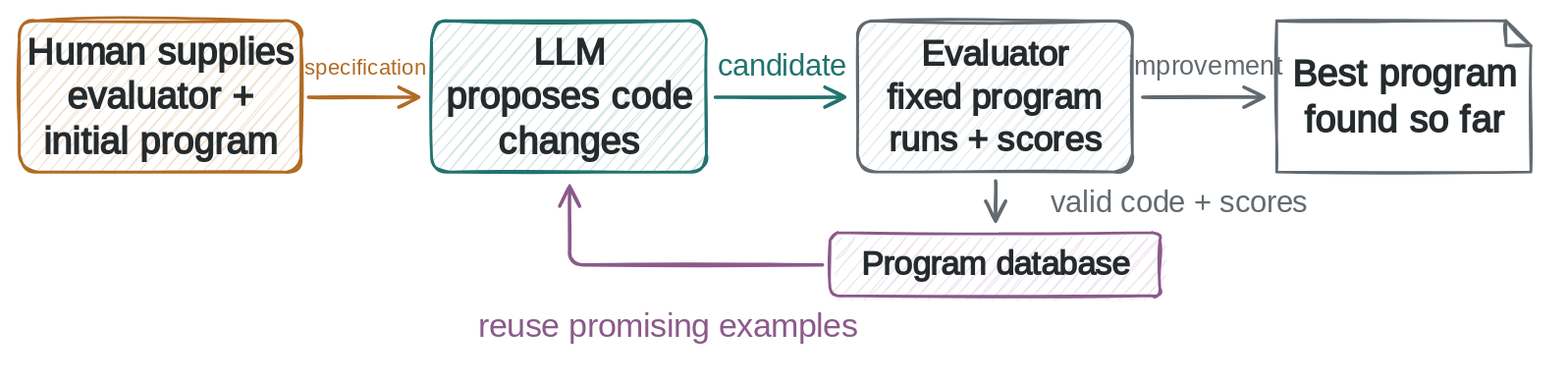
This is assets/funsearch_workflow.svg from MathisRost/agentic-ai-math, a draw.io export, as it was before one commit. Source tidied: cells renumbered, new cells last; positions are measured from the earlier drawing's top-left corner, leaving out a move shared by most shapes. Its diagram source:
```xml
<mxGraphModel background="#FFFFFF">
  <root>
    <mxCell id="0" />
    <mxCell id="1" parent="0" />
    <mxCell id="2" value="Human supplies&#10;evaluator +&#10;initial program" style="rounded=1;arcSize=12;sketch=1;comic=0;jiggle=1.2;strokeWidth=2;fillStyle=hachure;hachureGap=7;fillWeight=0.8;html=0;whiteSpace=wrap;align=center;verticalAlign=middle;spacing=6;strokeColor=#B16B24;fillColor=#F1E3D2;fontFamily=Kalam;fontSize=27;fontColor=#252A2D;fontStyle=1;" parent="1" vertex="1">
      <mxGeometry width="205" height="110" as="geometry" />
    </mxCell>
    <mxCell id="3" value="LLM&#10;proposes code&#10;changes" style="rounded=1;arcSize=12;sketch=1;comic=0;jiggle=1.2;strokeWidth=2;fillStyle=hachure;hachureGap=7;fillWeight=0.8;html=0;whiteSpace=wrap;align=center;verticalAlign=middle;spacing=6;strokeColor=#21736F;fillColor=#D2E6E2;fontFamily=Kalam;fontSize=27;fontColor=#252A2D;fontStyle=1;" parent="1" vertex="1">
      <mxGeometry x="300" width="200" height="110" as="geometry" />
    </mxCell>
    <mxCell id="4" value="Evaluator&#10;fixed program&#10;runs + scores" style="rounded=1;arcSize=12;sketch=1;comic=0;jiggle=1.2;strokeWidth=2;fillStyle=hachure;hachureGap=7;fillWeight=0.8;html=0;whiteSpace=wrap;align=center;verticalAlign=middle;spacing=6;strokeColor=#626A70;fillColor=#E7EAEC;fontFamily=Kalam;fontSize=26;fontColor=#252A2D;fontStyle=1;" parent="1" vertex="1">
      <mxGeometry x="610" width="200" height="110" as="geometry" />
    </mxCell>
    <mxCell id="5" value="Best program&#10;found so far" style="shape=note;size=18;sketch=1;comic=0;jiggle=1.2;strokeWidth=2;fillStyle=hachure;hachureGap=7;fillWeight=0.8;html=0;whiteSpace=wrap;align=center;verticalAlign=middle;spacing=6;strokeColor=#626A70;fillColor=#FFFFFF;fontFamily=Kalam;fontSize=27;fontColor=#252A2D;fontStyle=1;" parent="1" vertex="1">
      <mxGeometry x="915" width="185" height="110" as="geometry" />
    </mxCell>
    <mxCell id="6" style="edgeStyle=none;rounded=1;sketch=1;comic=0;jiggle=0.5;strokeWidth=2.5;strokeColor=#B16B24;endArrow=open;endSize=12;endFill=0;dashed=0;" parent="1" edge="1">
      <mxGeometry relative="1" as="geometry">
        <mxPoint x="210" y="55" as="sourcePoint" />
        <mxPoint x="293" y="55" as="targetPoint" />
      </mxGeometry>
    </mxCell>
    <mxCell id="7" value="specification" style="text;html=0;whiteSpace=wrap;align=center;verticalAlign=middle;spacing=0;strokeColor=none;fillColor=none;fontFamily=Kalam;fontSize=16;fontColor=#B16B24;fontStyle=0;" parent="1" vertex="1">
      <mxGeometry x="207" y="19" width="90" height="27" as="geometry" />
    </mxCell>
    <mxCell id="8" style="edgeStyle=none;rounded=1;sketch=1;comic=0;jiggle=0.5;strokeWidth=2.5;strokeColor=#21736F;endArrow=open;endSize=12;endFill=0;dashed=0;" parent="1" edge="1">
      <mxGeometry relative="1" as="geometry">
        <mxPoint x="506" y="55" as="sourcePoint" />
        <mxPoint x="603" y="55" as="targetPoint" />
      </mxGeometry>
    </mxCell>
    <mxCell id="9" value="candidate" style="text;html=0;whiteSpace=wrap;align=center;verticalAlign=middle;spacing=0;strokeColor=none;fillColor=none;fontFamily=Kalam;fontSize=22;fontColor=#21736F;fontStyle=0;" parent="1" vertex="1">
      <mxGeometry x="505" y="19" width="100" height="27" as="geometry" />
    </mxCell>
    <mxCell id="10" style="edgeStyle=none;rounded=1;sketch=1;comic=0;jiggle=0.5;strokeWidth=2.5;strokeColor=#626A70;endArrow=open;endSize=12;endFill=0;dashed=0;" parent="1" edge="1">
      <mxGeometry relative="1" as="geometry">
        <mxPoint x="817" y="55" as="sourcePoint" />
        <mxPoint x="908" y="55" as="targetPoint" />
      </mxGeometry>
    </mxCell>
    <mxCell id="11" value="improvement" style="text;html=0;whiteSpace=wrap;align=center;verticalAlign=middle;spacing=0;strokeColor=none;fillColor=none;fontFamily=Kalam;fontSize=19;fontColor=#626A70;fontStyle=0;" parent="1" vertex="1">
      <mxGeometry x="811" y="19" width="104" height="27" as="geometry" />
    </mxCell>
    <mxCell id="12" value="Program database" style="rounded=1;arcSize=12;sketch=1;comic=0;jiggle=1.2;strokeWidth=2;fillStyle=hachure;hachureGap=7;fillWeight=0.8;html=0;whiteSpace=wrap;align=center;verticalAlign=middle;spacing=6;strokeColor=#8B5A8B;fillColor=#EEE4EF;fontFamily=Kalam;fontSize=24;fontColor=#252A2D;fontStyle=1;" parent="1" vertex="1">
      <mxGeometry x="590" y="154" width="240" height="46" as="geometry" />
    </mxCell>
    <mxCell id="13" style="edgeStyle=none;rounded=1;sketch=1;comic=0;jiggle=0.5;strokeWidth=2.5;strokeColor=#626A70;endArrow=open;endSize=12;endFill=0;dashed=0;" parent="1" edge="1">
      <mxGeometry relative="1" as="geometry">
        <mxPoint x="710" y="116" as="sourcePoint" />
        <mxPoint x="710" y="148" as="targetPoint" />
      </mxGeometry>
    </mxCell>
    <mxCell id="14" value="valid code + scores" style="text;html=0;whiteSpace=wrap;align=center;verticalAlign=middle;spacing=0;strokeColor=none;fillColor=none;fontFamily=Kalam;fontSize=22;fontColor=#626A70;fontStyle=0;" parent="1" vertex="1">
      <mxGeometry x="738" y="117" width="212" height="30" as="geometry" />
    </mxCell>
    <mxCell id="15" style="edgeStyle=none;rounded=1;sketch=1;comic=0;jiggle=0.5;strokeWidth=2.5;strokeColor=#8B5A8B;endArrow=open;endSize=12;endFill=0;dashed=0;" parent="1" edge="1">
      <mxGeometry relative="1" as="geometry">
        <mxPoint x="584" y="177" as="sourcePoint" />
        <mxPoint x="400" y="117" as="targetPoint" />
        <Array as="points">
          <mxPoint x="400" y="177" />
        </Array>
      </mxGeometry>
    </mxCell>
    <mxCell id="16" value="reuse promising examples" style="text;html=0;whiteSpace=wrap;align=center;verticalAlign=middle;spacing=0;strokeColor=none;fillColor=none;fontFamily=Kalam;fontSize=24;fontColor=#8B5A8B;fontStyle=0;" parent="1" vertex="1">
      <mxGeometry x="281" y="206" width="382" height="32" as="geometry" />
    </mxCell>
  </root>
</mxGraphModel>
```
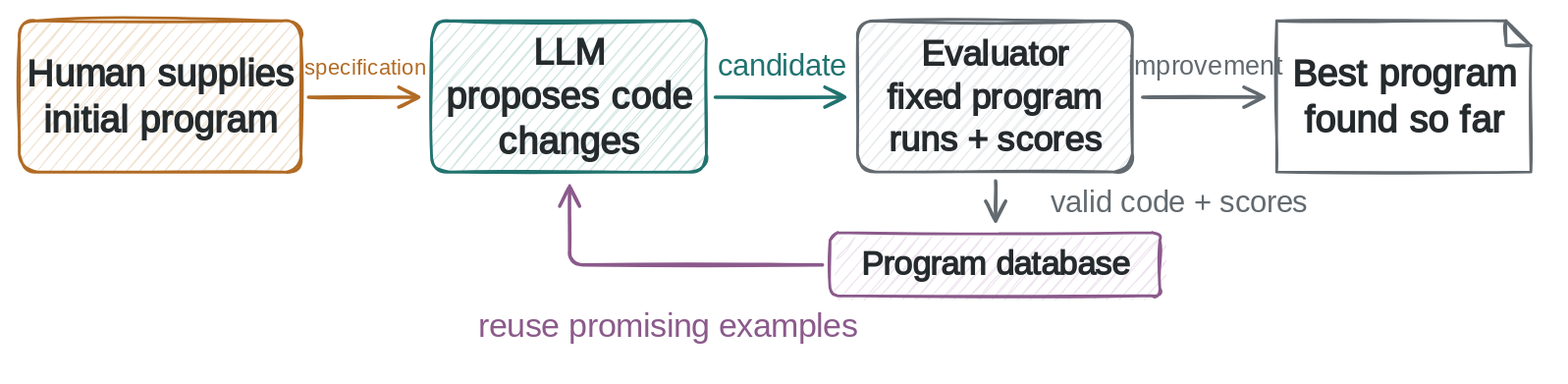
Above is the later version.

Commit message:
Simplify FunSearch initial program label

What changed in the source:
```diff
@@ -2,7 +2,7 @@
   <root>
     <mxCell id="0" />
     <mxCell id="1" parent="0" />
-    <mxCell id="2" value="Human supplies&#10;evaluator +&#10;initial program" style="rounded=1;arcSize=12;sketch=1;comic=0;jiggle=1.2;strokeWidth=2;fillStyle=hachure;hachureGap=7;fillWeight=0.8;html=0;whiteSpace=wrap;align=center;verticalAlign=middle;spacing=6;strokeColor=#B16B24;fillColor=#F1E3D2;fontFamily=Kalam;fontSize=27;fontColor=#252A2D;fontStyle=1;" parent="1" vertex="1">
+    <mxCell id="2" value="Human supplies&#10;initial program" style="rounded=1;arcSize=12;sketch=1;comic=0;jiggle=1.2;strokeWidth=2;fillStyle=hachure;hachureGap=7;fillWeight=0.8;html=0;whiteSpace=wrap;align=center;verticalAlign=middle;spacing=6;strokeColor=#B16B24;fillColor=#F1E3D2;fontFamily=Kalam;fontSize=27;fontColor=#252A2D;fontStyle=1;" parent="1" vertex="1">
       <mxGeometry width="205" height="110" as="geometry" />
     </mxCell>
     <mxCell id="3" value="LLM&#10;proposes code&#10;changes" style="rounded=1;arcSize=12;sketch=1;comic=0;jiggle=1.2;strokeWidth=2;fillStyle=hachure;hachureGap=7;fillWeight=0.8;html=0;whiteSpace=wrap;align=center;verticalAlign=middle;spacing=6;strokeColor=#21736F;fillColor=#D2E6E2;fontFamily=Kalam;fontSize=27;fontColor=#252A2D;fontStyle=1;" parent="1" vertex="1">
```
